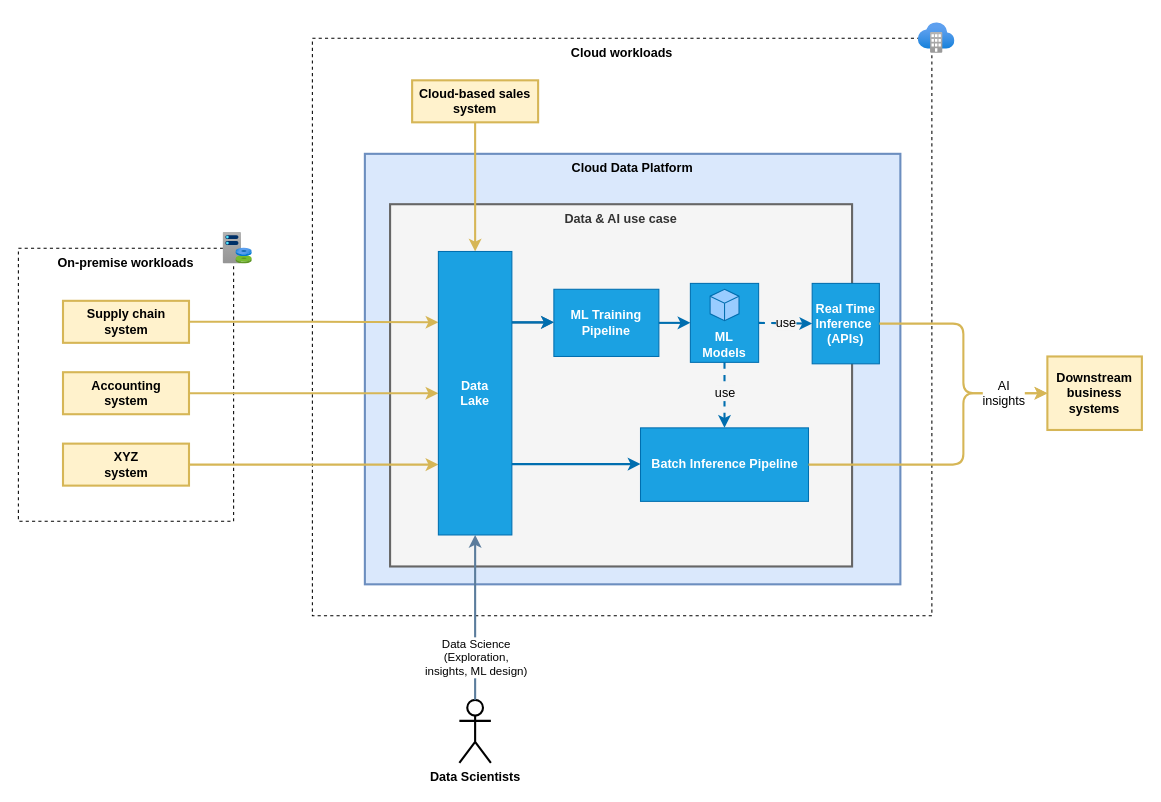
Earlier version of the draw.io diagram page "Page-5" (4 of 13) of assets/diagrams.drawio (wojciech-jakubowski/wojciech-jakubowski.github.io). Source tidied: cells renumbered, new cells numbered last; positions are measured from the earlier drawing's top-left corner, leaving out a move shared by most shapes. Both pictures are drawn from the tidied source at 105%, with x=0, y=0 at pixel (18, 18).
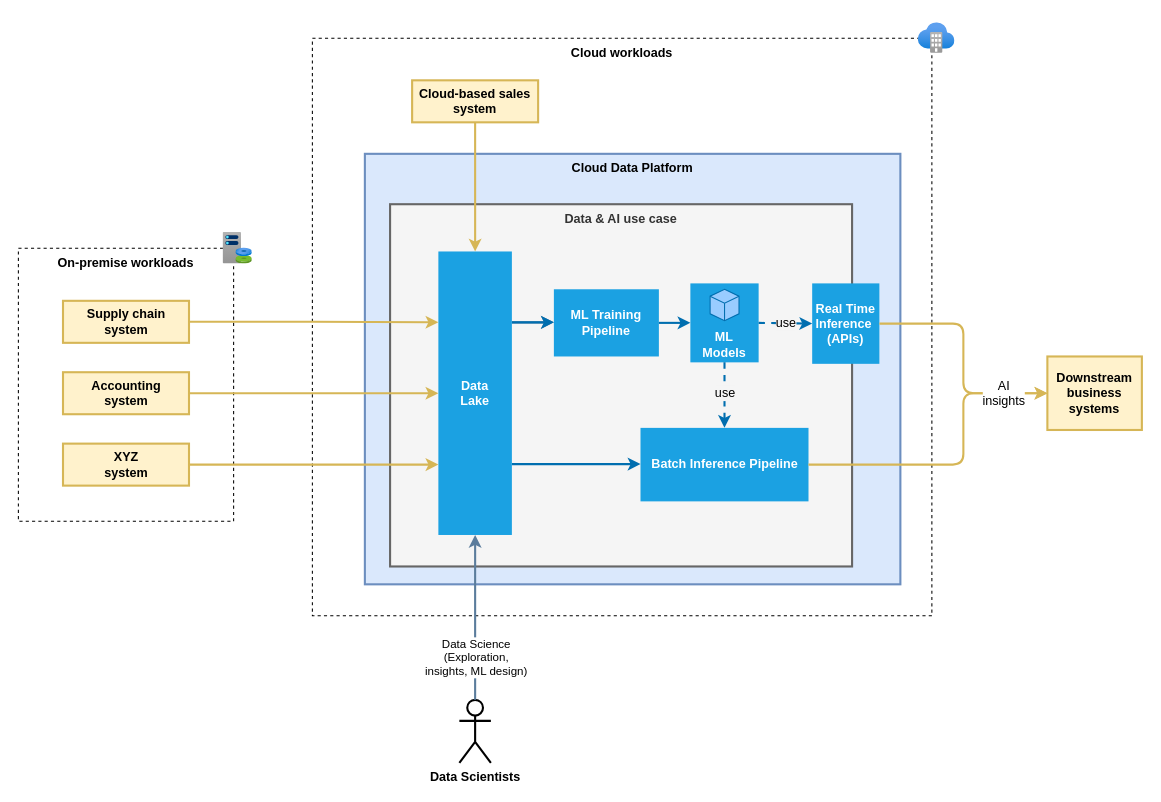
The same diagram, later.

Diff of the diagram source:
```diff
@@
-    <mxCell id="19" value="ML Training Pipeline" style="rounded=0;whiteSpace=wrap;html=1;strokeWidth=1;fillColor=#1ba1e2;strokeColor=#006EAF;fontStyle=1;verticalAlign=middle;fontColor=#ffffff;" parent="1" vertex="1">
+    <mxCell id="19" value="ML Training Pipeline" style="rounded=0;whiteSpace=wrap;html=1;strokeWidth=1;fillColor=#1ba1e2;fontStyle=1;verticalAlign=middle;fontColor=#ffffff;strokeColor=none;" parent="1" vertex="1">
       <mxGeometry x="510" y="258" width="100" height="64" as="geometry" />
     </mxCell>
@@
-    <mxCell id="21" value="Batch Inference Pipeline" style="rounded=0;whiteSpace=wrap;html=1;strokeWidth=1;fillColor=#1ba1e2;strokeColor=#006EAF;fontStyle=1;verticalAlign=middle;fontColor=#ffffff;" parent="1" vertex="1">
+    <mxCell id="21" value="Batch Inference Pipeline" style="rounded=0;whiteSpace=wrap;html=1;strokeWidth=1;fillColor=#1ba1e2;fontStyle=1;verticalAlign=middle;fontColor=#ffffff;strokeColor=none;" parent="1" vertex="1">
       <mxGeometry x="592.5" y="390" width="160" height="70" as="geometry" />
     </mxCell>
-    <mxCell id="22" value="ML &lt;br&gt;Models" style="text;html=1;strokeColor=#006EAF;align=center;verticalAlign=bottom;whiteSpace=wrap;fontColor=#ffffff;strokeWidth=1;fontStyle=1;fillColor=#1ba1e2;" parent="1" vertex="1">
+    <mxCell id="22" value="ML &lt;br&gt;Models" style="text;html=1;align=center;verticalAlign=bottom;whiteSpace=wrap;fontColor=#ffffff;strokeWidth=1;fontStyle=1;fillColor=#1ba1e2;" parent="1" vertex="1">
       <mxGeometry x="640" y="252.4" width="65" height="75.2" as="geometry" />
     </mxCell>
@@
-    <mxCell id="25" value="Real Time Inference&amp;nbsp;&lt;br&gt;(APIs)" style="rounded=0;whiteSpace=wrap;html=1;strokeWidth=1;fillColor=#1ba1e2;strokeColor=#006EAF;fontStyle=1;verticalAlign=middle;fontColor=#ffffff;" parent="1" vertex="1">
+    <mxCell id="25" value="Real Time Inference&amp;nbsp;&lt;br&gt;(APIs)" style="rounded=0;whiteSpace=wrap;html=1;strokeWidth=1;fillColor=#1ba1e2;fontStyle=1;verticalAlign=middle;fontColor=#ffffff;strokeColor=none;" parent="1" vertex="1">
       <mxGeometry x="756" y="252.4" width="64" height="76.6" as="geometry" />
     </mxCell>
@@
-    <mxCell id="35" value="Data &lt;br&gt;Lake" style="rounded=0;whiteSpace=wrap;html=1;strokeWidth=1;fontColor=#ffffff;fillColor=#1ba1e2;strokeColor=#006EAF;fontStyle=1;" parent="1" vertex="1">
+    <mxCell id="35" value="Data &lt;br&gt;Lake" style="rounded=0;whiteSpace=wrap;html=1;strokeWidth=1;fontColor=#ffffff;fillColor=#1ba1e2;fontStyle=1;strokeColor=none;" parent="1" vertex="1">
       <mxGeometry x="400" y="222" width="70" height="270" as="geometry" />
     </mxCell>
```
